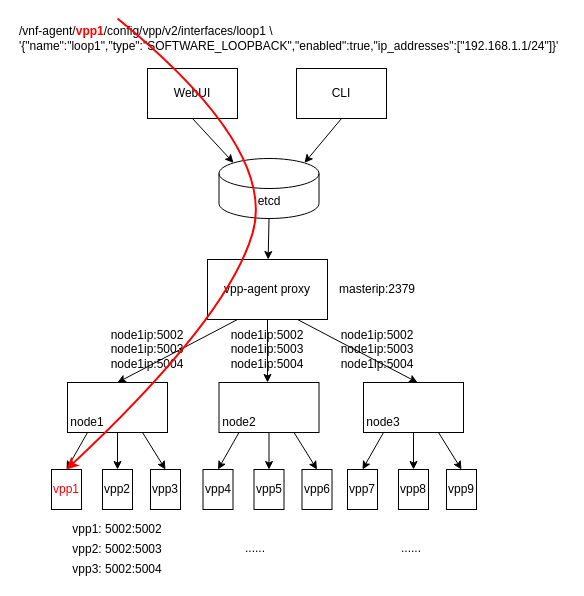
Before: portmap.drawio in ctimbai/draw.io, a draw.io diagram. Source tidied: cells renumbered, new cells numbered last; positions are measured from the earlier drawing's top-left corner, leaving out a move shared by most shapes. Both pictures are drawn from the tidied source at 100%, with x=0, y=0 at pixel (17, 18).
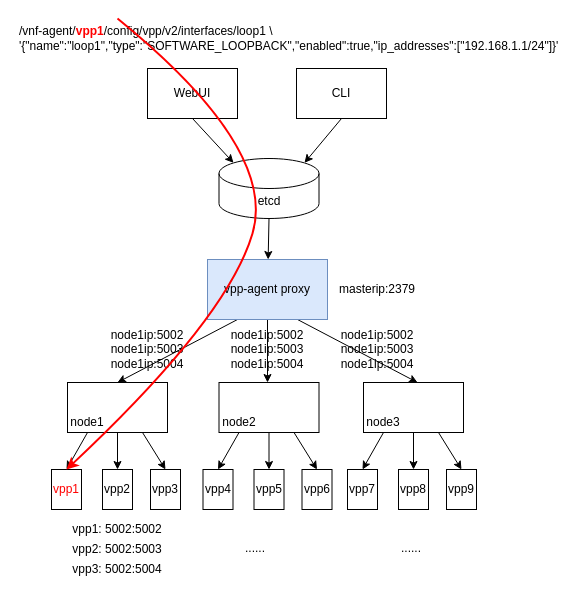
The same page after the edit.

The edit, as a diff of the source:
```diff
@@
-    <mxCell id="9" value="vpp-agent proxy" style="rounded=0;whiteSpace=wrap;html=1;" parent="1" vertex="1">
+    <mxCell id="9" value="vpp-agent proxy" style="rounded=0;whiteSpace=wrap;html=1;fillColor=#dae8fc;strokeColor=#6c8ebf;" parent="1" vertex="1">
       <mxGeometry x="190" y="241" width="120" height="60" as="geometry" />
     </mxCell>
```
